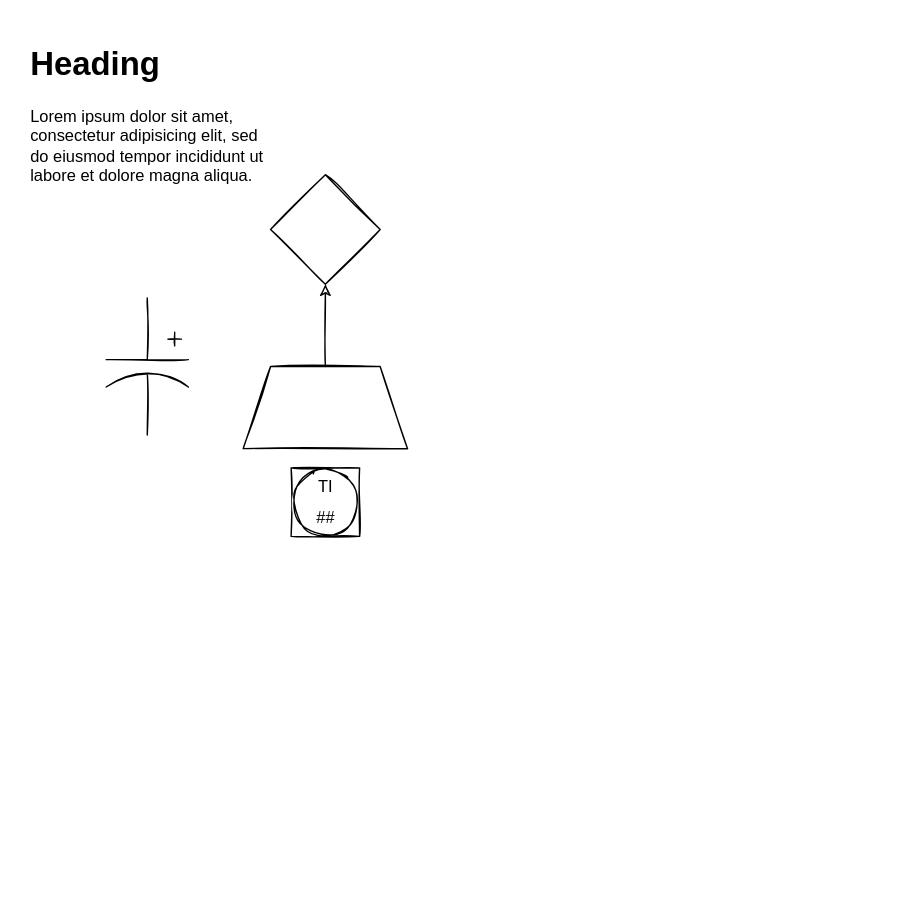
The draw.io diagram doc/EmlProjectLib.drawio in ErnstMLuebeck/EmlProjectLib, before the edit. Source tidied: cells renumbered, new cells numbered last; positions are measured from the earlier drawing's top-left corner, leaving out a move shared by most shapes. Both pictures are drawn from the tidied source at 137%, with x=0, y=0 at pixel (23, 37).
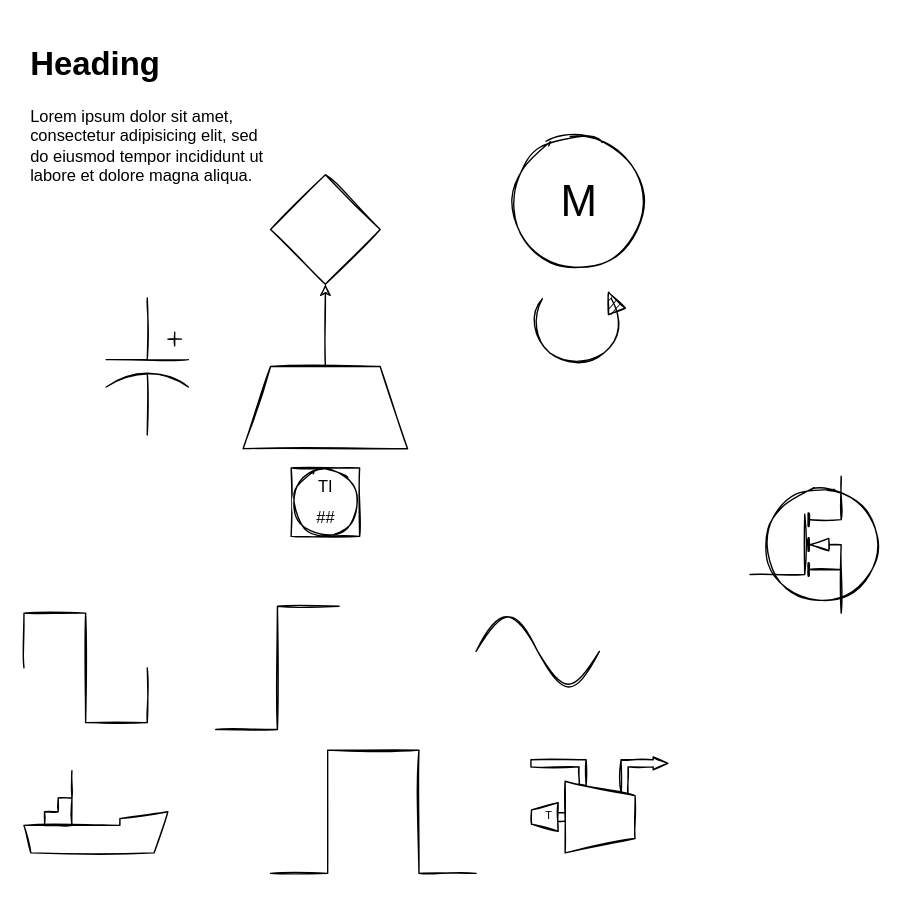
The same diagram, later.

Commit message:
just a test using draw.io within VS code

Change to the diagram source:
```diff
@@
 <mxGraphModel>
   <root>
     <mxCell id="0" />
     <mxCell id="1" parent="0" />
     <mxCell id="2" style="rhombus;whiteSpace=wrap;html=1;sketch=1;" parent="1" vertex="1">
       <mxGeometry x="180" y="100" width="80" height="80" as="geometry" />
     </mxCell>
     <mxCell id="3" style="edgeStyle=orthogonalEdgeStyle;rounded=0;jettySize=auto;html=1;sketch=1;" parent="1" edge="1" source="4" target="2">
       <mxGeometry relative="1" as="geometry" />
     </mxCell>
     <mxCell id="4" style="shape=trapezoid;perimeter=trapezoidPerimeter;whiteSpace=wrap;html=1;fixedSize=1;sketch=1;" parent="1" vertex="1">
       <mxGeometry x="160" y="240" width="120" height="60" as="geometry" />
     </mxCell>
     <mxCell id="5" value="&lt;h1&gt;Heading&lt;/h1&gt;&lt;p&gt;Lorem ipsum dolor sit amet, consectetur adipisicing elit, sed do eiusmod tempor incididunt ut labore et dolore magna aliqua.&lt;/p&gt;" style="text;html=1;strokeColor=none;fillColor=none;spacing=5;spacingTop=-20;whiteSpace=wrap;overflow=hidden;rounded=0;sketch=1;" parent="1" vertex="1">
       <mxGeometry width="190" height="120" as="geometry" />
     </mxCell>
     <mxCell id="6" value="&lt;table cellpadding=&quot;4&quot; cellspacing=&quot;0&quot; border=&quot;0&quot; style=&quot;font-size:1em;width:100%;height:100%;&quot;&gt;&lt;tr&gt;&lt;td&gt;TI&lt;/td&gt;&lt;/tr&gt;&lt;tr&gt;&lt;td&gt;##&lt;/td&gt;&lt;/table&gt; " style="html=1;align=center;dashed=0;shape=mxgraph.pid2inst.sharedCont;mounting=field;sketch=1;" parent="1" vertex="1">
       <mxGeometry x="195" y="314" width="50" height="50" as="geometry" />
     </mxCell>
     <mxCell id="7" style="verticalLabelPosition=bottom;shadow=0;dashed=0;align=center;html=1;verticalAlign=top;shape=mxgraph.electrical.capacitors.capacitor_3;rotation=90;sketch=1;" parent="1" vertex="1">
       <mxGeometry x="40" y="210" width="100" height="60" as="geometry" />
     </mxCell>
+    <mxCell id="8" style="verticalLabelPosition=bottom;shadow=0;dashed=0;align=center;html=1;verticalAlign=top;shape=mxgraph.electrical.waveforms.square_wave;sketch=1;" parent="1" vertex="1">
+      <mxGeometry y="420" width="90" height="80" as="geometry" />
+    </mxCell>
+    <mxCell id="9" style="verticalLabelPosition=bottom;shadow=0;dashed=0;align=center;html=1;verticalAlign=top;shape=mxgraph.electrical.waveforms.step_1;sketch=1;" parent="1" vertex="1">
+      <mxGeometry x="140" y="415" width="90" height="90" as="geometry" />
+    </mxCell>
+    <mxCell id="10" style="verticalLabelPosition=bottom;shadow=0;dashed=0;align=center;html=1;verticalAlign=top;shape=mxgraph.electrical.waveforms.pulse_1;sketch=1;" parent="1" vertex="1">
+      <mxGeometry x="180" y="520" width="150" height="90" as="geometry" />
+    </mxCell>
+    <mxCell id="11" style="verticalLabelPosition=bottom;shadow=0;dashed=0;align=center;html=1;verticalAlign=top;shape=mxgraph.electrical.waveforms.sine_wave;sketch=1;" parent="1" vertex="1">
+      <mxGeometry x="330" y="415" width="90" height="66.2" as="geometry" />
+    </mxCell>
+    <mxCell id="12" style="verticalLabelPosition=bottom;shadow=0;dashed=0;align=center;html=1;verticalAlign=top;shape=mxgraph.electrical.rot_mech.verticalLabelPosition=bottom;shadow=0;dashed=0;align=center;fillColor=strokeColor;html=1;verticalAlign=top;strokeWidth=1;shape=mxgraph.electrical.rot_mech.rotation;sketch=1;" parent="1" vertex="1">
+      <mxGeometry x="370" y="186" width="69" height="54" as="geometry" />
+    </mxCell>
+    <mxCell id="13" value="M" style="verticalLabelPosition=middle;shadow=0;dashed=0;align=center;html=1;verticalAlign=middle;strokeWidth=1;shape=ellipse;fontSize=32;perimeter=ellipsePerimeter;sketch=1;" parent="1" vertex="1">
+      <mxGeometry x="354.5" y="70" width="100" height="100" as="geometry" />
+    </mxCell>
+    <mxCell id="14" style="verticalLabelPosition=bottom;align=center;dashed=0;html=1;verticalAlign=top;shape=mxgraph.pid.misc.ship;sketch=1;" parent="1" vertex="1">
+      <mxGeometry y="535" width="105" height="60" as="geometry" />
+    </mxCell>
+    <mxCell id="15" value="&lt;table cellpadding=&quot;0&quot; cellspacing=&quot;0&quot; style=&quot;width:100%;height:100%;&quot;&gt;&lt;tr style=&quot;height:25%;&quot;&gt;&lt;td&gt;&lt;/td&gt;&lt;/tr&gt;&lt;tr style=&quot;height:75%;&quot;&gt;&lt;td align=&quot;left&quot; style=&quot;padding-left:11%;width:100%&quot;&gt;T&lt;/td&gt;&lt;/tr&gt;&lt;/table&gt;" style="shape=mxgraph.pid.compressors.centrifugal_compressor_-_turbine_driven;dashed=0;fontSize=8;html=1;overflow=fill;sketch=1;" parent="1" vertex="1">
+      <mxGeometry x="370" y="525" width="100" height="70" as="geometry" />
+    </mxCell>
+    <mxCell id="16" style="verticalLabelPosition=bottom;shadow=0;dashed=0;align=center;html=1;verticalAlign=top;shape=mxgraph.electrical.mosfets1.mosfet_ic_n;sketch=1;" parent="1" vertex="1">
+      <mxGeometry x="530" y="320" width="95" height="100" as="geometry" />
+    </mxCell>
   </root>
 </mxGraphModel>
```
